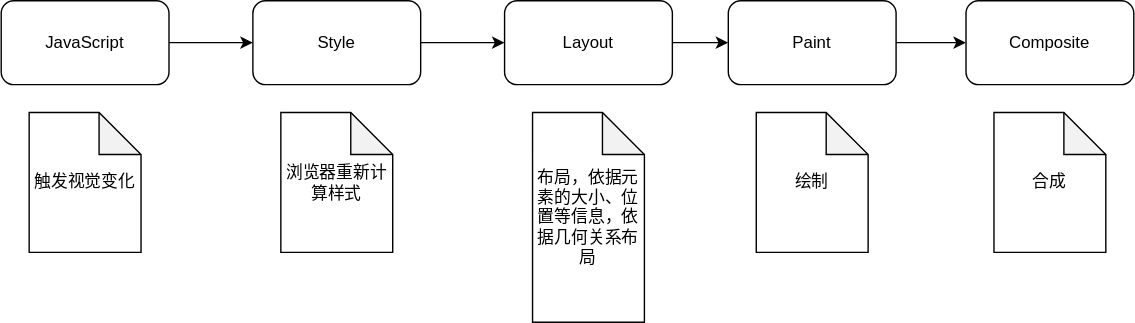
Above: 关键渲染路径.drawio.svg in arrayListTwo/draw (draw.io), before the change. Source tidied: cells renumbered, new cells last; positions are measured from the earlier drawing's top-left corner, leaving out a move shared by most shapes. The source it was exported from:
```xml
<mxGraphModel>
  <root>
    <mxCell id="0" />
    <mxCell id="1" parent="0" />
    <mxCell id="2" value="JavaScript" style="rounded=1;whiteSpace=wrap;html=1;" parent="1" vertex="1">
      <mxGeometry width="120" height="60" as="geometry" />
    </mxCell>
    <mxCell id="3" value="Style" style="rounded=1;whiteSpace=wrap;html=1;" parent="1" vertex="1">
      <mxGeometry x="180" width="120" height="60" as="geometry" />
    </mxCell>
    <mxCell id="4" value="Layout" style="rounded=1;whiteSpace=wrap;html=1;" parent="1" vertex="1">
      <mxGeometry x="360" width="120" height="60" as="geometry" />
    </mxCell>
    <mxCell id="5" value="Paint" style="rounded=1;whiteSpace=wrap;html=1;" parent="1" vertex="1">
      <mxGeometry x="520" width="120" height="60" as="geometry" />
    </mxCell>
    <mxCell id="6" value="Composite" style="rounded=1;whiteSpace=wrap;html=1;" parent="1" vertex="1">
      <mxGeometry x="690" width="120" height="60" as="geometry" />
    </mxCell>
    <mxCell id="7" style="endArrow=classic;html=1;rounded=0;exitX=1;exitY=0.5;exitDx=0;exitDy=0;entryX=0;entryY=0.5;entryDx=0;entryDy=0;" parent="1" edge="1" source="2" target="3">
      <mxGeometry relative="1" as="geometry" />
    </mxCell>
    <mxCell id="8" style="endArrow=classic;html=1;rounded=0;exitX=1;exitY=0.5;exitDx=0;exitDy=0;entryX=0;entryY=0.5;entryDx=0;entryDy=0;" parent="1" edge="1" source="3" target="4">
      <mxGeometry relative="1" as="geometry" />
    </mxCell>
    <mxCell id="9" style="endArrow=classic;html=1;rounded=0;exitX=1;exitY=0.5;exitDx=0;exitDy=0;entryX=0;entryY=0.5;entryDx=0;entryDy=0;" parent="1" edge="1" source="4" target="5">
      <mxGeometry relative="1" as="geometry" />
    </mxCell>
    <mxCell id="10" style="endArrow=classic;html=1;rounded=0;exitX=1;exitY=0.5;exitDx=0;exitDy=0;entryX=0;entryY=0.5;entryDx=0;entryDy=0;" parent="1" edge="1" source="5" target="6">
      <mxGeometry relative="1" as="geometry" />
    </mxCell>
    <mxCell id="11" value="触发视觉变化" style="shape=note;whiteSpace=wrap;html=1;backgroundOutline=1;darkOpacity=0.05;" parent="1" vertex="1">
      <mxGeometry x="20" y="80" width="80" height="100" as="geometry" />
    </mxCell>
    <mxCell id="12" value="浏览器重新计算样式" style="shape=note;whiteSpace=wrap;html=1;backgroundOutline=1;darkOpacity=0.05;" parent="1" vertex="1">
      <mxGeometry x="200" y="80" width="80" height="100" as="geometry" />
    </mxCell>
    <mxCell id="13" value="布局，依据元素的大小、位置等信息，依据几何关系布局" style="shape=note;whiteSpace=wrap;html=1;backgroundOutline=1;darkOpacity=0.05;" parent="1" vertex="1">
      <mxGeometry x="380" y="80" width="80" height="150" as="geometry" />
    </mxCell>
    <mxCell id="14" value="绘制" style="shape=note;whiteSpace=wrap;html=1;backgroundOutline=1;darkOpacity=0.05;" parent="1" vertex="1">
      <mxGeometry x="540" y="80" width="80" height="100" as="geometry" />
    </mxCell>
    <mxCell id="15" value="合成" style="shape=note;whiteSpace=wrap;html=1;backgroundOutline=1;darkOpacity=0.05;" parent="1" vertex="1">
      <mxGeometry x="710" y="80" width="80" height="100" as="geometry" />
    </mxCell>
  </root>
</mxGraphModel>
```
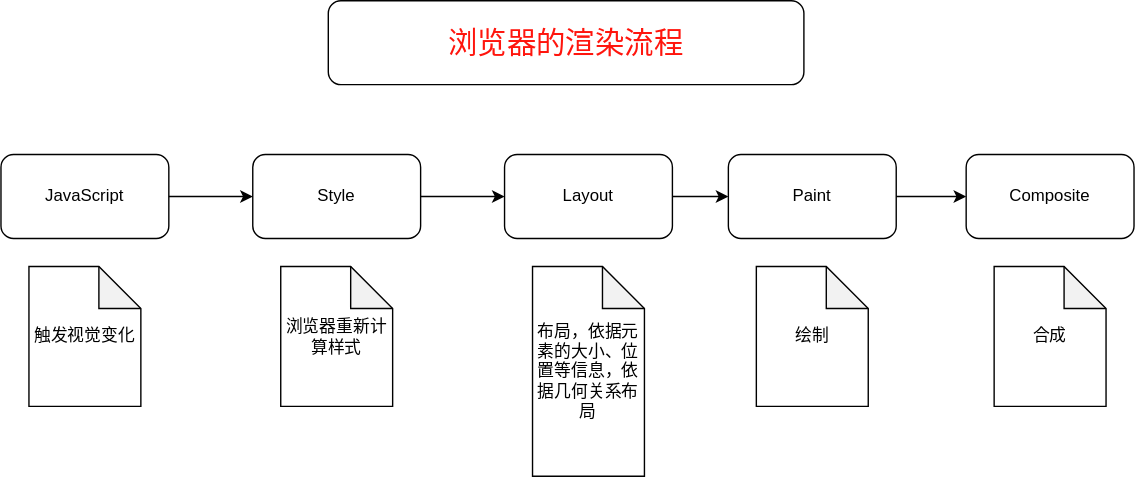
Later version of the same file.

Commit message:
Update 关键渲染路径.drawio.svg

What changed in the source:
```diff
@@ -44,5 +44,8 @@
     <mxCell id="15" value="合成" style="shape=note;whiteSpace=wrap;html=1;backgroundOutline=1;darkOpacity=0.05;" parent="1" vertex="1">
       <mxGeometry x="710" y="80" width="80" height="100" as="geometry" />
     </mxCell>
+    <mxCell id="16" value="浏览器的渲染流程" style="rounded=1;whiteSpace=wrap;html=1;fillStyle=cross-hatch;fontSize=21;fontColor=#FF150D;" parent="1" vertex="1">
+      <mxGeometry x="234" y="-110" width="340" height="60" as="geometry" />
+    </mxCell>
   </root>
 </mxGraphModel>
```
